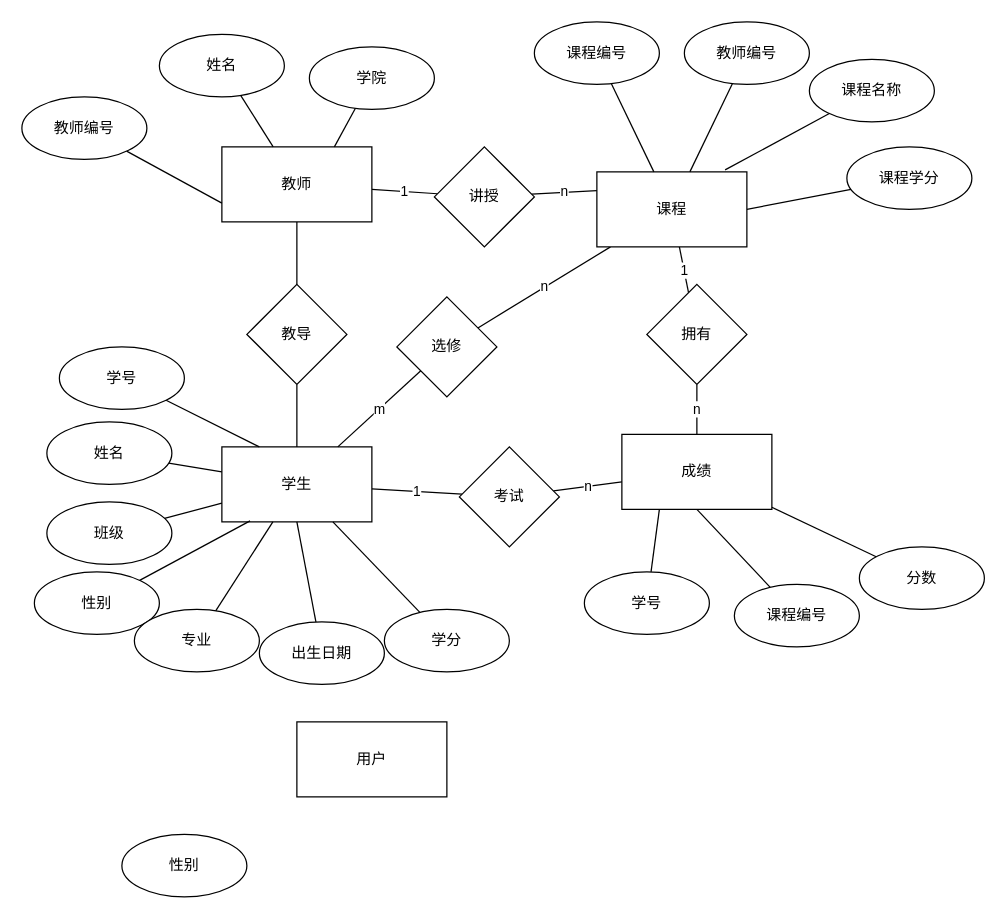
The draw.io diagram page "第 2 页" (2 of 5) of Untitled Diagram.drawio in liushili0319/sms-ssm, before the edit. Source tidied: cells renumbered, new cells numbered last; positions are measured from the earlier drawing's top-left corner, leaving out a move shared by most shapes. Both pictures are drawn from the tidied source at 125%, with x=0, y=0 at pixel (21, 21).
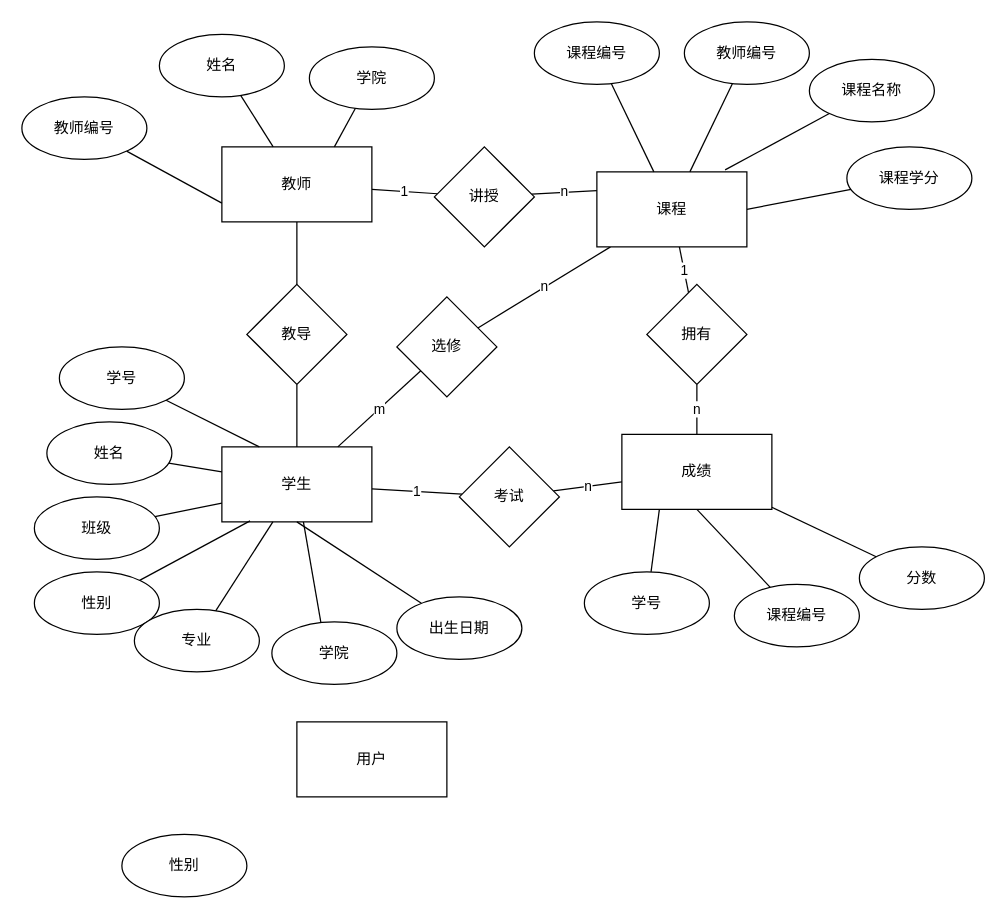
The same page after the edit.

Unchanged cells that the change refers to:
```xml
<mxCell id="9" value="学生" style="rounded=0;whiteSpace=wrap;html=1;" parent="1" vertex="1">
  <mxGeometry x="160" y="340" width="120" height="60" as="geometry" />
</mxCell>
```

What changed in the source:
```diff
@@
+    <mxCell id="57" style="edgeStyle=none;rounded=0;jettySize=auto;html=1;entryX=0.394;entryY=0.032;entryDx=0;entryDy=0;entryPerimeter=0;endArrow=none;endFill=0;" parent="1" edge="1" source="9" target="58">
+      <mxGeometry relative="1" as="geometry" />
+    </mxCell>
@@
     <mxCell id="31" value="班级" style="ellipse;whiteSpace=wrap;html=1;" parent="1" vertex="1">
-      <mxGeometry x="20" y="384" width="100" height="50" as="geometry" />
+      <mxGeometry x="10" y="380" width="100" height="50" as="geometry" />
     </mxCell>
@@
     <mxCell id="37" value="出生日期" style="ellipse;whiteSpace=wrap;html=1;" parent="1" vertex="1">
-      <mxGeometry x="190" y="480" width="100" height="50" as="geometry" />
+      <mxGeometry x="300" y="460" width="100" height="50" as="geometry" />
     </mxCell>
-    <mxCell id="38" style="edgeStyle=none;rounded=0;jettySize=auto;html=1;endArrow=none;endFill=0;" parent="1" edge="1" source="39" target="9">
-      <mxGeometry relative="1" as="geometry" />
-    </mxCell>
-    <mxCell id="39" value="学分" style="ellipse;whiteSpace=wrap;html=1;" parent="1" vertex="1">
-      <mxGeometry x="290" y="470" width="100" height="50" as="geometry" />
-    </mxCell>
@@
+    <mxCell id="58" value="学院" style="ellipse;whiteSpace=wrap;html=1;" parent="1" vertex="1">
+      <mxGeometry x="200" y="480" width="100" height="50" as="geometry" />
+    </mxCell>
```
